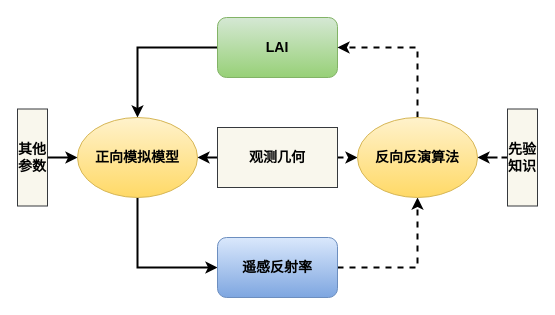
Before: RS_forward_inverse.drawio in ynhsun/diagram, a draw.io diagram. Source tidied: cells renumbered, new cells numbered last; positions are measured from the earlier drawing's top-left corner, leaving out a move shared by most shapes. Both pictures are drawn from the tidied source at 100%, with x=0, y=0 at pixel (17, 17).
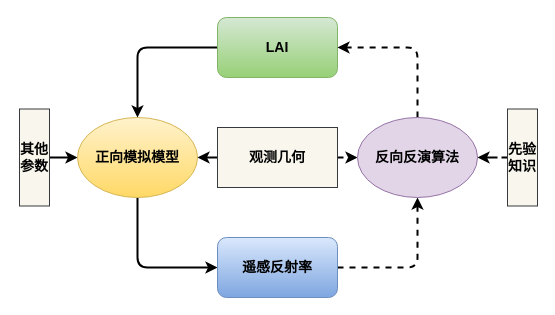
After the change.

What changed in the source:
```diff
@@
 <mxGraphModel>
   <root>
     <mxCell id="0" />
     <mxCell id="1" parent="0" />
-    <mxCell id="2" style="edgeStyle=orthogonalEdgeStyle;rounded=0;jettySize=auto;html=1;exitX=0.5;exitY=1;exitDx=0;exitDy=0;entryX=0;entryY=0.5;entryDx=0;entryDy=0;strokeWidth=2;fontSize=14;" parent="1" edge="1" source="3" target="5">
+    <mxCell id="2" style="edgeStyle=orthogonalEdgeStyle;rounded=1;jettySize=auto;html=1;exitX=0.5;exitY=1;exitDx=0;exitDy=0;entryX=0;entryY=0.5;entryDx=0;entryDy=0;strokeWidth=2;fontSize=14;" parent="1" edge="1" source="3" target="5">
       <mxGeometry relative="1" as="geometry" />
     </mxCell>
     <mxCell id="3" value="正向模拟模型" style="ellipse;whiteSpace=wrap;html=1;fontSize=14;gradientColor=#ffd966;fillColor=#fff2cc;strokeColor=#d6b656;fontStyle=1;" parent="1" vertex="1">
       <mxGeometry x="60" y="100" width="120" height="80" as="geometry" />
     </mxCell>
-    <mxCell id="4" style="edgeStyle=orthogonalEdgeStyle;rounded=0;jettySize=auto;html=1;exitX=1;exitY=0.5;exitDx=0;exitDy=0;entryX=0.5;entryY=1;entryDx=0;entryDy=0;strokeWidth=2;fontSize=14;dashed=1;" parent="1" edge="1" source="5" target="12">
+    <mxCell id="4" style="edgeStyle=orthogonalEdgeStyle;jettySize=auto;html=1;exitX=1;exitY=0.5;exitDx=0;exitDy=0;entryX=0.5;entryY=1;entryDx=0;entryDy=0;strokeWidth=2;fontSize=14;dashed=1;rounded=1;" parent="1" edge="1" source="5" target="12">
       <mxGeometry relative="1" as="geometry" />
     </mxCell>
     <mxCell id="5" value="遥感反射率" style="rounded=1;whiteSpace=wrap;html=1;fontSize=14;gradientColor=#7ea6e0;fillColor=#dae8fc;strokeColor=#6c8ebf;fontStyle=1;" parent="1" vertex="1">
       <mxGeometry x="200" y="220" width="120" height="60" as="geometry" />
     </mxCell>
-    <mxCell id="6" style="edgeStyle=orthogonalEdgeStyle;rounded=0;jettySize=auto;html=1;exitX=0;exitY=0.5;exitDx=0;exitDy=0;fontSize=14;strokeWidth=2;" parent="1" edge="1" source="7" target="3">
+    <mxCell id="6" style="edgeStyle=orthogonalEdgeStyle;rounded=1;jettySize=auto;html=1;exitX=0;exitY=0.5;exitDx=0;exitDy=0;fontSize=14;strokeWidth=2;" parent="1" edge="1" source="7" target="3">
       <mxGeometry relative="1" as="geometry" />
     </mxCell>
     <mxCell id="7" value="&lt;span&gt;LAI&lt;/span&gt;" style="rounded=1;whiteSpace=wrap;html=1;fontSize=14;gradientColor=#97d077;fillColor=#d5e8d4;strokeColor=#82b366;fontStyle=1;" parent="1" vertex="1">
       <mxGeometry x="200" width="120" height="60" as="geometry" />
     </mxCell>
     <mxCell id="8" style="edgeStyle=orthogonalEdgeStyle;rounded=0;jettySize=auto;html=1;exitX=1;exitY=0.5;exitDx=0;exitDy=0;entryX=0;entryY=0.5;entryDx=0;entryDy=0;strokeWidth=2;fontSize=14;dashed=1;" parent="1" edge="1" source="10" target="12">
       <mxGeometry relative="1" as="geometry" />
     </mxCell>
     <mxCell id="9" style="edgeStyle=orthogonalEdgeStyle;rounded=0;jettySize=auto;html=1;exitX=0;exitY=0.5;exitDx=0;exitDy=0;entryX=1;entryY=0.5;entryDx=0;entryDy=0;strokeWidth=2;fontSize=14;" parent="1" edge="1" source="10" target="3">
       <mxGeometry relative="1" as="geometry" />
     </mxCell>
     <mxCell id="10" value="观测几何" style="rounded=0;whiteSpace=wrap;html=1;fontSize=14;fontStyle=1;fillColor=#f9f7ed;strokeColor=#36393d;" parent="1" vertex="1">
       <mxGeometry x="200" y="110" width="120" height="60" as="geometry" />
     </mxCell>
-    <mxCell id="11" style="edgeStyle=orthogonalEdgeStyle;rounded=0;jettySize=auto;html=1;exitX=0.5;exitY=0;exitDx=0;exitDy=0;entryX=1;entryY=0.5;entryDx=0;entryDy=0;dashed=1;strokeWidth=2;fontSize=14;" parent="1" edge="1" source="12" target="7">
+    <mxCell id="11" style="edgeStyle=orthogonalEdgeStyle;rounded=1;jettySize=auto;html=1;exitX=0.5;exitY=0;exitDx=0;exitDy=0;entryX=1;entryY=0.5;entryDx=0;entryDy=0;dashed=1;strokeWidth=2;fontSize=14;" parent="1" edge="1" source="12" target="7">
       <mxGeometry relative="1" as="geometry" />
     </mxCell>
-    <mxCell id="12" value="反向反演算法" style="ellipse;whiteSpace=wrap;html=1;fontSize=14;gradientColor=#ffd966;fillColor=#fff2cc;strokeColor=#d6b656;fontStyle=1;" parent="1" vertex="1">
+    <mxCell id="12" value="反向反演算法" style="ellipse;whiteSpace=wrap;html=1;fontSize=14;fillColor=#e1d5e7;strokeColor=#9673a6;fontStyle=1;" parent="1" vertex="1">
       <mxGeometry x="340" y="100" width="120" height="80" as="geometry" />
     </mxCell>
     <mxCell id="13" style="edgeStyle=orthogonalEdgeStyle;rounded=0;jettySize=auto;html=1;exitX=1;exitY=0.5;exitDx=0;exitDy=0;strokeWidth=2;fontSize=14;" parent="1" edge="1" source="14" target="3">
       <mxGeometry relative="1" as="geometry" />
     </mxCell>
     <mxCell id="14" value="其他参数" style="rounded=0;whiteSpace=wrap;html=1;fontSize=14;fontStyle=1;fillColor=#f9f7ed;strokeColor=#36393d;" parent="1" vertex="1">
-      <mxGeometry y="91.5" width="30" height="97" as="geometry" />
+      <mxGeometry x="2" y="91.5" width="30" height="97" as="geometry" />
     </mxCell>
     <mxCell id="15" style="edgeStyle=orthogonalEdgeStyle;rounded=0;jettySize=auto;html=1;entryX=1;entryY=0.5;entryDx=0;entryDy=0;dashed=1;strokeWidth=2;fontSize=14;" parent="1" edge="1" source="16" target="12">
       <mxGeometry relative="1" as="geometry" />
     </mxCell>
     <mxCell id="16" value="先验知识" style="rounded=0;whiteSpace=wrap;html=1;fontSize=14;fontStyle=1;fillColor=#f9f7ed;strokeColor=#36393d;" parent="1" vertex="1">
       <mxGeometry x="490" y="91.5" width="30" height="97" as="geometry" />
     </mxCell>
   </root>
 </mxGraphModel>
```
